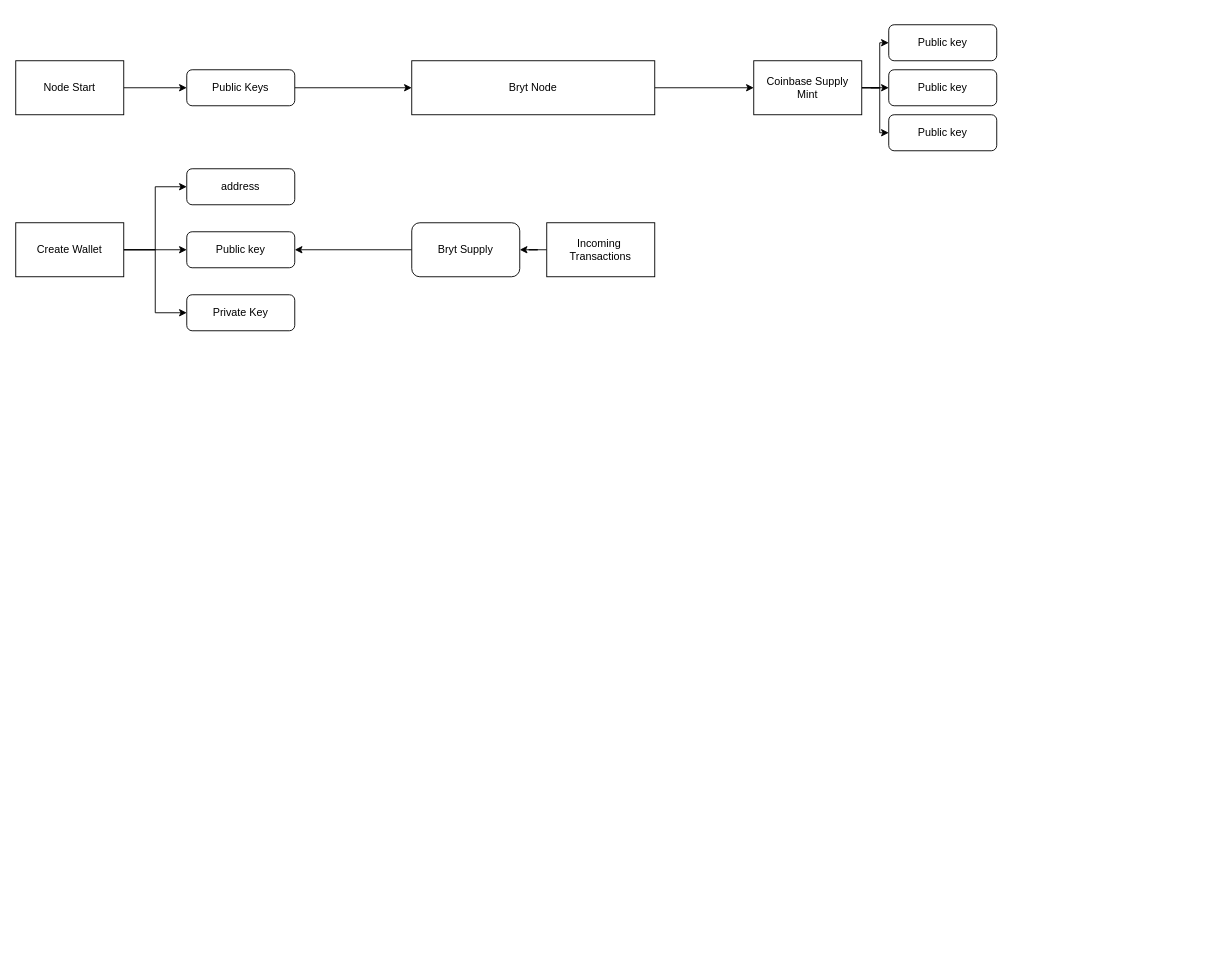
Above: BrytNode.drawio in ali-05-ahmed/Concept-Diagrams (draw.io), before the change. Source tidied: cells renumbered, new cells numbered last; positions are measured from the earlier drawing's top-left corner, leaving out a move shared by most shapes. Both pictures are drawn from the tidied source at 90%, with x=0, y=0 at pixel (15, 24).
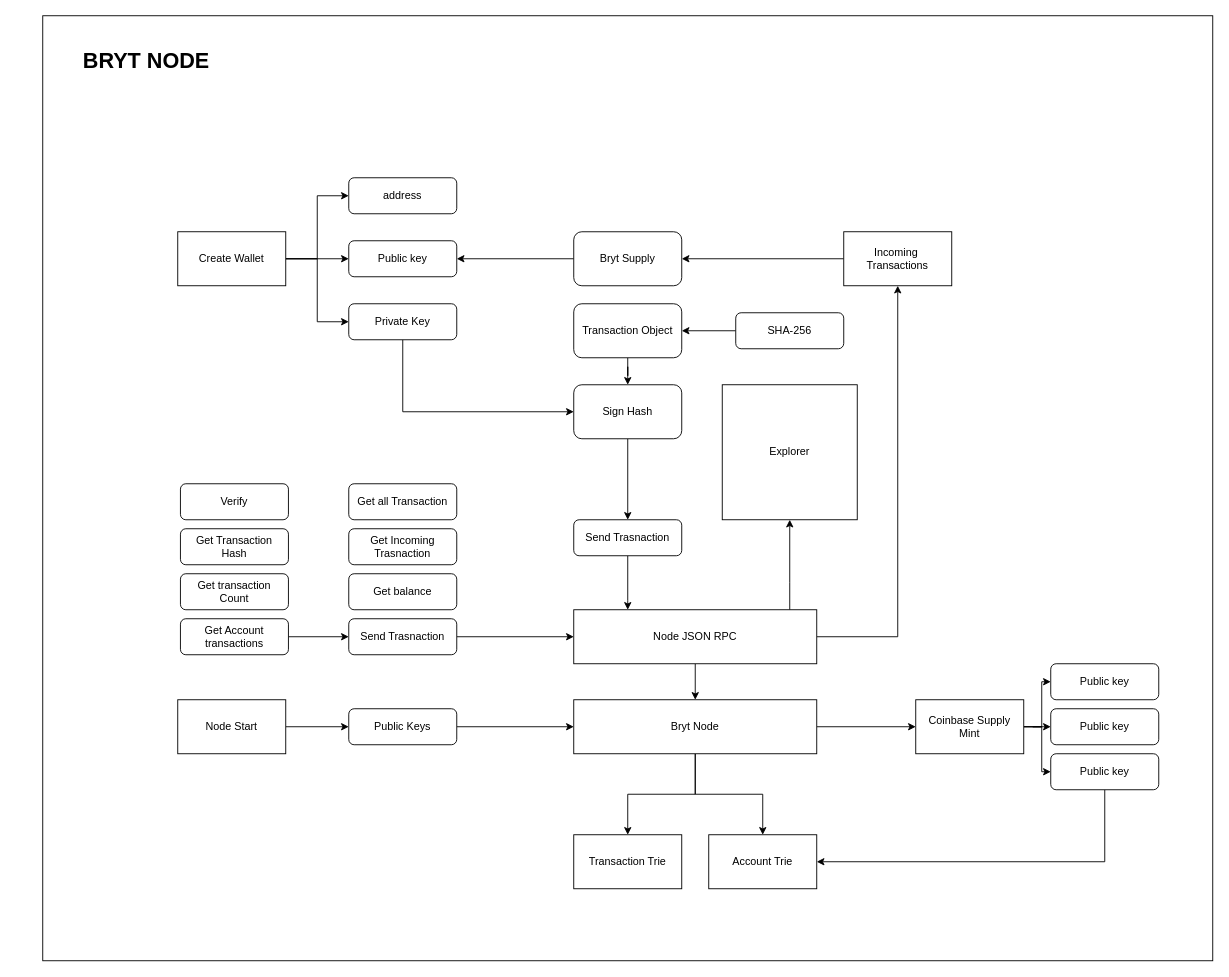
Above is the later version.

What changed in the source:
```diff
@@
+    <mxCell id="26" style="rounded=0;whiteSpace=wrap;html=1;" parent="1" vertex="1">
+      <mxGeometry x="30" y="-10" width="1300" height="1050" as="geometry" />
+    </mxCell>
@@
     <mxCell id="5" value="Create Wallet" style="rounded=0;whiteSpace=wrap;html=1;" parent="1" vertex="1">
-      <mxGeometry y="220" width="120" height="60" as="geometry" />
+      <mxGeometry x="180" y="230" width="120" height="60" as="geometry" />
     </mxCell>
     <mxCell id="6" value="Public key" style="rounded=1;whiteSpace=wrap;html=1;" parent="1" vertex="1">
-      <mxGeometry x="190" y="230" width="120" height="40" as="geometry" />
+      <mxGeometry x="370" y="240" width="120" height="40" as="geometry" />
     </mxCell>
     <mxCell id="7" value="address" style="rounded=1;whiteSpace=wrap;html=1;" parent="1" vertex="1">
-      <mxGeometry x="190" y="160" width="120" height="40" as="geometry" />
+      <mxGeometry x="370" y="170" width="120" height="40" as="geometry" />
     </mxCell>
+    <mxCell id="27" style="edgeStyle=orthogonalEdgeStyle;rounded=0;jettySize=auto;html=1;entryX=0;entryY=0.5;entryDx=0;entryDy=0;" parent="1" edge="1" source="8" target="52">
+      <mxGeometry relative="1" as="geometry">
+        <Array as="points">
+          <mxPoint x="430" y="430" />
+        </Array>
+      </mxGeometry>
+    </mxCell>
     <mxCell id="8" value="Private Key" style="rounded=1;whiteSpace=wrap;html=1;" parent="1" vertex="1">
-      <mxGeometry x="190" y="300" width="120" height="40" as="geometry" />
+      <mxGeometry x="370" y="310" width="120" height="40" as="geometry" />
     </mxCell>
-    <mxCell id="9" style="edgeStyle=orthogonalEdgeStyle;rounded=0;jettySize=auto;html=1;" parent="1" edge="1" source="10" target="22">
-      <mxGeometry relative="1" as="geometry" />
-    </mxCell>
-    <mxCell id="10" value="Bryt Node" style="rounded=0;whiteSpace=wrap;html=1;" parent="1" vertex="1">
-      <mxGeometry x="440" y="40" width="270" height="60" as="geometry" />
-    </mxCell>
@@
     <mxCell id="12" value="Incoming&amp;nbsp; Transactions" style="rounded=0;whiteSpace=wrap;html=1;" parent="1" vertex="1">
-      <mxGeometry x="590" y="220" width="120" height="60" as="geometry" />
+      <mxGeometry x="920" y="230" width="120" height="60" as="geometry" />
     </mxCell>
@@
     <mxCell id="14" value="Bryt Supply" style="rounded=1;whiteSpace=wrap;html=1;" parent="1" vertex="1">
-      <mxGeometry x="440" y="220" width="120" height="60" as="geometry" />
+      <mxGeometry x="620" y="230" width="120" height="60" as="geometry" />
     </mxCell>
+    <mxCell id="9" style="edgeStyle=orthogonalEdgeStyle;rounded=0;jettySize=auto;html=1;" parent="1" edge="1" source="10" target="22">
+      <mxGeometry relative="1" as="geometry" />
+    </mxCell>
+    <mxCell id="28" style="edgeStyle=orthogonalEdgeStyle;rounded=0;jettySize=auto;html=1;" parent="1" edge="1" source="10" target="59">
+      <mxGeometry relative="1" as="geometry" />
+    </mxCell>
+    <mxCell id="29" style="edgeStyle=orthogonalEdgeStyle;rounded=0;jettySize=auto;html=1;" parent="1" edge="1" source="10" target="60">
+      <mxGeometry relative="1" as="geometry" />
+    </mxCell>
+    <mxCell id="10" value="Bryt Node" style="rounded=0;whiteSpace=wrap;html=1;" parent="1" vertex="1">
+      <mxGeometry x="620" y="750" width="270" height="60" as="geometry" />
+    </mxCell>
@@
     <mxCell id="16" value="Node Start" style="rounded=0;whiteSpace=wrap;html=1;" parent="1" vertex="1">
-      <mxGeometry y="40" width="120" height="60" as="geometry" />
+      <mxGeometry x="180" y="750" width="120" height="60" as="geometry" />
     </mxCell>
@@
     <mxCell id="18" value="Public Keys" style="rounded=1;whiteSpace=wrap;html=1;" parent="1" vertex="1">
-      <mxGeometry x="190" y="50" width="120" height="40" as="geometry" />
+      <mxGeometry x="370" y="760" width="120" height="40" as="geometry" />
     </mxCell>
-    <mxCell id="19" style="edgeStyle=orthogonalEdgeStyle;rounded=0;jettySize=auto;html=1;" parent="1" edge="1" source="22" target="23">
-      <mxGeometry relative="1" as="geometry" />
-    </mxCell>
-    <mxCell id="20" style="edgeStyle=orthogonalEdgeStyle;rounded=0;jettySize=auto;html=1;" parent="1" edge="1" source="22" target="24">
-      <mxGeometry relative="1" as="geometry" />
-    </mxCell>
-    <mxCell id="21" style="edgeStyle=orthogonalEdgeStyle;rounded=0;jettySize=auto;html=1;" parent="1" edge="1" source="22" target="25">
-      <mxGeometry relative="1" as="geometry" />
-    </mxCell>
+    <mxCell id="30" style="edgeStyle=orthogonalEdgeStyle;rounded=0;jettySize=auto;html=1;" parent="1" edge="1" source="22" target="33">
+      <mxGeometry relative="1" as="geometry" />
+    </mxCell>
+    <mxCell id="31" style="edgeStyle=orthogonalEdgeStyle;rounded=0;jettySize=auto;html=1;" parent="1" edge="1" source="22" target="34">
+      <mxGeometry relative="1" as="geometry" />
+    </mxCell>
+    <mxCell id="32" style="edgeStyle=orthogonalEdgeStyle;rounded=0;jettySize=auto;html=1;" parent="1" edge="1" source="22" target="36">
+      <mxGeometry relative="1" as="geometry" />
+    </mxCell>
     <mxCell id="22" value="Coinbase Supply &lt;br&gt;Mint" style="whiteSpace=wrap;html=1;rounded=0;" parent="1" vertex="1">
-      <mxGeometry x="820" y="40" width="120" height="60" as="geometry" />
+      <mxGeometry x="1000" y="750" width="120" height="60" as="geometry" />
     </mxCell>
-    <mxCell id="23" value="Public key" style="rounded=1;whiteSpace=wrap;html=1;" parent="1" vertex="1">
-      <mxGeometry x="970" width="120" height="40" as="geometry" />
-    </mxCell>
-    <mxCell id="24" value="Public key" style="rounded=1;whiteSpace=wrap;html=1;" parent="1" vertex="1">
-      <mxGeometry x="970" y="50" width="120" height="40" as="geometry" />
-    </mxCell>
-    <mxCell id="25" value="Public key" style="rounded=1;whiteSpace=wrap;html=1;" parent="1" vertex="1">
-      <mxGeometry x="970" y="100" width="120" height="40" as="geometry" />
-    </mxCell>
+    <mxCell id="33" value="Public key" style="rounded=1;whiteSpace=wrap;html=1;" parent="1" vertex="1">
+      <mxGeometry x="1150" y="710" width="120" height="40" as="geometry" />
+    </mxCell>
+    <mxCell id="34" value="Public key" style="rounded=1;whiteSpace=wrap;html=1;" parent="1" vertex="1">
+      <mxGeometry x="1150" y="760" width="120" height="40" as="geometry" />
+    </mxCell>
+    <mxCell id="35" style="edgeStyle=orthogonalEdgeStyle;rounded=0;jettySize=auto;html=1;entryX=1;entryY=0.5;entryDx=0;entryDy=0;" parent="1" edge="1" source="36" target="60">
+      <mxGeometry relative="1" as="geometry">
+        <Array as="points">
+          <mxPoint x="1210" y="930" />
+        </Array>
+      </mxGeometry>
+    </mxCell>
+    <mxCell id="36" value="Public key" style="rounded=1;whiteSpace=wrap;html=1;" parent="1" vertex="1">
+      <mxGeometry x="1150" y="810" width="120" height="40" as="geometry" />
+    </mxCell>
+    <mxCell id="37" style="edgeStyle=orthogonalEdgeStyle;rounded=0;jettySize=auto;html=1;" parent="1" edge="1" source="40" target="10">
+      <mxGeometry relative="1" as="geometry" />
+    </mxCell>
+    <mxCell id="38" style="edgeStyle=orthogonalEdgeStyle;rounded=0;jettySize=auto;html=1;entryX=0.5;entryY=1;entryDx=0;entryDy=0;" parent="1" edge="1" source="40" target="12">
+      <mxGeometry relative="1" as="geometry">
+        <Array as="points">
+          <mxPoint x="980" y="680" />
+        </Array>
+      </mxGeometry>
+    </mxCell>
+    <mxCell id="39" style="edgeStyle=orthogonalEdgeStyle;rounded=0;jettySize=auto;html=1;" parent="1" edge="1" source="40" target="62">
+      <mxGeometry relative="1" as="geometry">
+        <Array as="points">
+          <mxPoint x="860" y="620" />
+          <mxPoint x="860" y="620" />
+        </Array>
+      </mxGeometry>
+    </mxCell>
+    <mxCell id="40" value="Node JSON RPC" style="rounded=0;whiteSpace=wrap;html=1;" parent="1" vertex="1">
+      <mxGeometry x="620" y="650" width="270" height="60" as="geometry" />
+    </mxCell>
+    <mxCell id="41" value="Get balance&lt;span id=&quot;docs-internal-guid-33e7f3e2-7fff-92e4-f55d-1018287147d5&quot;&gt;&lt;/span&gt;" style="rounded=1;whiteSpace=wrap;html=1;" parent="1" vertex="1">
+      <mxGeometry x="370" y="610" width="120" height="40" as="geometry" />
+    </mxCell>
+    <mxCell id="42" style="edgeStyle=orthogonalEdgeStyle;rounded=0;jettySize=auto;html=1;entryX=0;entryY=0.5;entryDx=0;entryDy=0;" parent="1" edge="1" source="43" target="40">
+      <mxGeometry relative="1" as="geometry" />
+    </mxCell>
+    <mxCell id="43" value="Send Trasnaction&lt;span id=&quot;docs-internal-guid-33e7f3e2-7fff-92e4-f55d-1018287147d5&quot;&gt;&lt;/span&gt;" style="rounded=1;whiteSpace=wrap;html=1;" parent="1" vertex="1">
+      <mxGeometry x="370" y="660" width="120" height="40" as="geometry" />
+    </mxCell>
+    <mxCell id="44" value="Get all Transaction&lt;span id=&quot;docs-internal-guid-33e7f3e2-7fff-92e4-f55d-1018287147d5&quot;&gt;&lt;/span&gt;" style="rounded=1;whiteSpace=wrap;html=1;" parent="1" vertex="1">
+      <mxGeometry x="370" y="510" width="120" height="40" as="geometry" />
+    </mxCell>
+    <mxCell id="45" value="Get Incoming Trasnaction&lt;span id=&quot;docs-internal-guid-33e7f3e2-7fff-92e4-f55d-1018287147d5&quot;&gt;&lt;/span&gt;" style="rounded=1;whiteSpace=wrap;html=1;" parent="1" vertex="1">
+      <mxGeometry x="370" y="560" width="120" height="40" as="geometry" />
+    </mxCell>
+    <mxCell id="46" value="Get transaction &lt;br&gt;Count" style="rounded=1;whiteSpace=wrap;html=1;" parent="1" vertex="1">
+      <mxGeometry x="183" y="610" width="120" height="40" as="geometry" />
+    </mxCell>
+    <mxCell id="47" style="edgeStyle=orthogonalEdgeStyle;rounded=0;jettySize=auto;html=1;" parent="1" edge="1" source="48" target="43">
+      <mxGeometry relative="1" as="geometry" />
+    </mxCell>
+    <mxCell id="48" value="Get Account transactions&lt;span id=&quot;docs-internal-guid-33e7f3e2-7fff-92e4-f55d-1018287147d5&quot;&gt;&lt;/span&gt;" style="rounded=1;whiteSpace=wrap;html=1;" parent="1" vertex="1">
+      <mxGeometry x="183" y="660" width="120" height="40" as="geometry" />
+    </mxCell>
+    <mxCell id="49" value="Verify&lt;span id=&quot;docs-internal-guid-33e7f3e2-7fff-92e4-f55d-1018287147d5&quot;&gt;&lt;/span&gt;" style="rounded=1;whiteSpace=wrap;html=1;" parent="1" vertex="1">
+      <mxGeometry x="183" y="510" width="120" height="40" as="geometry" />
+    </mxCell>
+    <mxCell id="50" value="Get Transaction &lt;br&gt;Hash&lt;span id=&quot;docs-internal-guid-33e7f3e2-7fff-92e4-f55d-1018287147d5&quot;&gt;&lt;/span&gt;" style="rounded=1;whiteSpace=wrap;html=1;" parent="1" vertex="1">
+      <mxGeometry x="183" y="560" width="120" height="40" as="geometry" />
+    </mxCell>
+    <mxCell id="51" style="edgeStyle=orthogonalEdgeStyle;rounded=0;jettySize=auto;html=1;" parent="1" edge="1" source="52" target="58">
+      <mxGeometry relative="1" as="geometry" />
+    </mxCell>
+    <mxCell id="52" value="Sign Hash" style="rounded=1;whiteSpace=wrap;html=1;" parent="1" vertex="1">
+      <mxGeometry x="620" y="400" width="120" height="60" as="geometry" />
+    </mxCell>
+    <mxCell id="53" style="edgeStyle=orthogonalEdgeStyle;rounded=0;jettySize=auto;html=1;" parent="1" edge="1" source="54" target="52">
+      <mxGeometry relative="1" as="geometry" />
+    </mxCell>
+    <mxCell id="54" value="Transaction Object" style="rounded=1;whiteSpace=wrap;html=1;" parent="1" vertex="1">
+      <mxGeometry x="620" y="310" width="120" height="60" as="geometry" />
+    </mxCell>
+    <mxCell id="55" style="edgeStyle=orthogonalEdgeStyle;rounded=0;jettySize=auto;html=1;" parent="1" edge="1" source="56" target="54">
+      <mxGeometry relative="1" as="geometry" />
+    </mxCell>
+    <mxCell id="56" value="SHA-256" style="rounded=1;whiteSpace=wrap;html=1;" parent="1" vertex="1">
+      <mxGeometry x="800" y="320" width="120" height="40" as="geometry" />
+    </mxCell>
+    <mxCell id="57" style="edgeStyle=orthogonalEdgeStyle;rounded=0;jettySize=auto;html=1;" parent="1" edge="1" source="58" target="40">
+      <mxGeometry relative="1" as="geometry">
+        <Array as="points">
+          <mxPoint x="680" y="640" />
+          <mxPoint x="680" y="640" />
+        </Array>
+      </mxGeometry>
+    </mxCell>
+    <mxCell id="58" value="Send Trasnaction&lt;span id=&quot;docs-internal-guid-33e7f3e2-7fff-92e4-f55d-1018287147d5&quot;&gt;&lt;/span&gt;" style="rounded=1;whiteSpace=wrap;html=1;" parent="1" vertex="1">
+      <mxGeometry x="620" y="550" width="120" height="40" as="geometry" />
+    </mxCell>
+    <mxCell id="59" value="Transaction Trie" style="rounded=0;whiteSpace=wrap;html=1;" parent="1" vertex="1">
+      <mxGeometry x="620" y="900" width="120" height="60" as="geometry" />
+    </mxCell>
+    <mxCell id="60" value="Account Trie" style="rounded=0;whiteSpace=wrap;html=1;" parent="1" vertex="1">
+      <mxGeometry x="770" y="900" width="120" height="60" as="geometry" />
+    </mxCell>
+    <mxCell id="61" value="&lt;h1&gt;BRYT NODE&lt;/h1&gt;" style="text;html=1;spacing=5;spacingTop=-20;whiteSpace=wrap;overflow=hidden;rounded=0;" parent="1" vertex="1">
+      <mxGeometry x="70" y="20" width="190" height="40" as="geometry" />
+    </mxCell>
+    <mxCell id="62" value="Explorer" style="whiteSpace=wrap;html=1;" parent="1" vertex="1">
+      <mxGeometry x="785" y="400" width="150" height="150" as="geometry" />
+    </mxCell>
```
